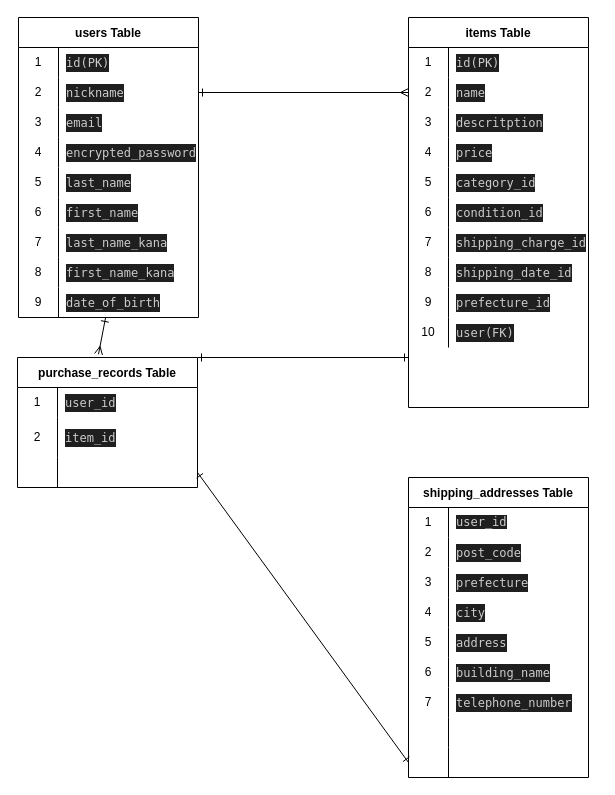
nakayamahiroshi164/furima-39827 keeps this draw.io diagram as furima.dio. Above is the earlier version. Source tidied: cells renumbered, new cells numbered last; positions are measured from the earlier drawing's top-left corner, leaving out a move shared by most shapes. Both pictures are drawn from the tidied source at 100%, with x=0, y=0 at pixel (17, 17).
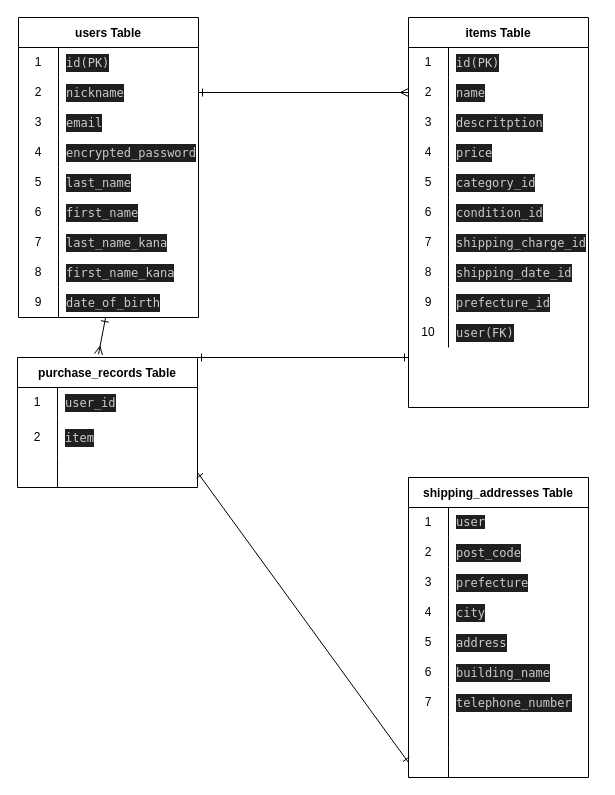
The same diagram, later.

The change refers to these unchanged cells:
```xml
<mxCell id="66" style="shape=tableRow;horizontal=0;startSize=0;swimlaneHead=0;swimlaneBody=0;top=0;left=0;bottom=0;right=0;fillColor=none;" parent="62" vertex="1">
  <mxGeometry y="60" width="180" height="40" as="geometry" />
</mxCell>
<mxCell id="73" style="shape=tableRow;horizontal=0;startSize=0;swimlaneHead=0;swimlaneBody=0;top=0;left=0;bottom=0;right=0;fillColor=none;" parent="72" vertex="1">
  <mxGeometry y="30" width="180" height="30" as="geometry" />
</mxCell>
```

Diff of the diagram source:
```diff
@@
-    <mxCell id="68" value="&lt;div style=&quot;color: rgb(204, 204, 204); background-color: rgb(31, 31, 31); font-family: Menlo, Monaco, &amp;quot;Courier New&amp;quot;, monospace; line-height: 18px;&quot;&gt;item_id&lt;/div&gt;" style="shape=partialRectangle;html=1;whiteSpace=wrap;fillColor=none;top=0;left=0;bottom=0;right=0;align=left;spacingLeft=6;overflow=hidden;" parent="66" vertex="1">
+    <mxCell id="68" value="&lt;div style=&quot;color: rgb(204, 204, 204); background-color: rgb(31, 31, 31); font-family: Menlo, Monaco, &amp;quot;Courier New&amp;quot;, monospace; line-height: 18px;&quot;&gt;item&lt;/div&gt;" style="shape=partialRectangle;html=1;whiteSpace=wrap;fillColor=none;top=0;left=0;bottom=0;right=0;align=left;spacingLeft=6;overflow=hidden;" parent="66" vertex="1">
       <mxGeometry x="40" width="140" height="40" as="geometry" />
     </mxCell>
@@
-    <mxCell id="75" value="&lt;span style=&quot;color: rgb(204, 204, 204); font-family: Menlo, Monaco, &amp;quot;Courier New&amp;quot;, monospace; font-size: 12px; font-style: normal; font-variant-ligatures: normal; font-variant-caps: normal; font-weight: 400; letter-spacing: normal; orphans: 2; text-align: left; text-indent: 0px; text-transform: none; widows: 2; word-spacing: 0px; -webkit-text-stroke-width: 0px; background-color: rgb(31, 31, 31); text-decoration-thickness: initial; text-decoration-style: initial; text-decoration-color: initial; float: none; display: inline !important;&quot;&gt;user_id&lt;/span&gt;" style="shape=partialRectangle;html=1;whiteSpace=wrap;fillColor=none;top=0;left=0;bottom=0;right=0;align=left;spacingLeft=6;overflow=hidden;" parent="73" vertex="1">
+    <mxCell id="75" value="&lt;span style=&quot;color: rgb(204, 204, 204); font-family: Menlo, Monaco, &amp;quot;Courier New&amp;quot;, monospace; font-size: 12px; font-style: normal; font-variant-ligatures: normal; font-variant-caps: normal; font-weight: 400; letter-spacing: normal; orphans: 2; text-align: left; text-indent: 0px; text-transform: none; widows: 2; word-spacing: 0px; -webkit-text-stroke-width: 0px; background-color: rgb(31, 31, 31); text-decoration-thickness: initial; text-decoration-style: initial; text-decoration-color: initial; float: none; display: inline !important;&quot;&gt;user&lt;/span&gt;" style="shape=partialRectangle;html=1;whiteSpace=wrap;fillColor=none;top=0;left=0;bottom=0;right=0;align=left;spacingLeft=6;overflow=hidden;" parent="73" vertex="1">
       <mxGeometry x="40" width="140" height="30" as="geometry" />
     </mxCell>
```
